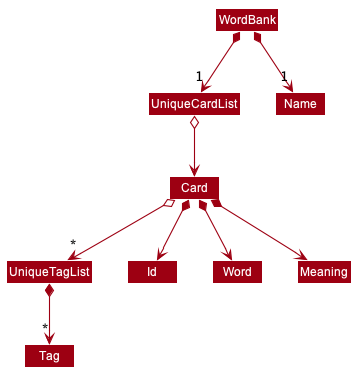
This is images/BetterModelClassDiagram.png from AY1920S1-CS2103T-T11-2/main, a PlantUML export, as it was before one commit.
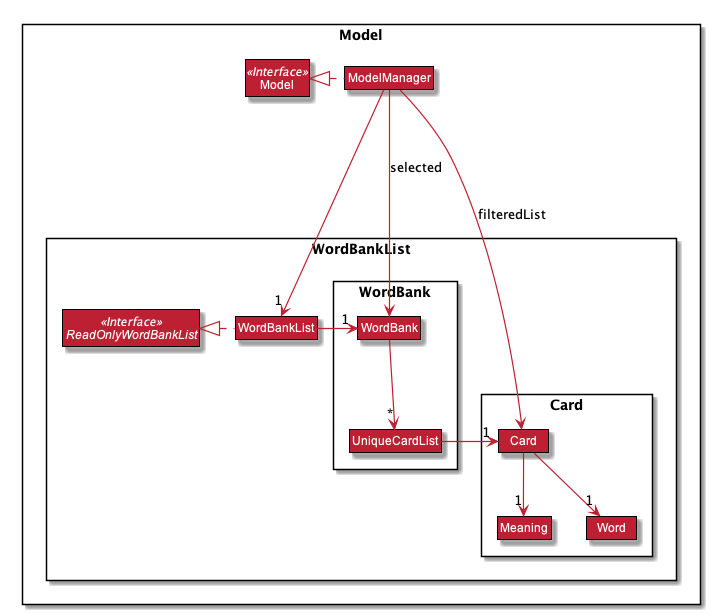
The same diagram one commit later.

Change to the diagram source:
```diff
@@ -1,4 +1,6 @@
 @startuml
+
+
 
 
 
@@ -15,9 +17,10 @@
 skinparam Class {
     FontColor #FFFFFF
     BorderThickness 1
-    BorderColor #FFFFFF
+    BorderColor #000000
     StereotypeFontColor #FFFFFF
     FontName Arial
+    AttributeFontColor #FFFFFF
 }
 
 skinparam Actor {
@@ -41,25 +44,52 @@
 
 skinparam MinClassWidth 50
 skinparam ParticipantPadding 10
-skinparam Shadowing false
+skinparam Shadowing true
 skinparam DefaultTextAlignment center
 skinparam packageStyle Rectangle
+skinparam classAttributeIconSize 0
 
 hide footbox
 hide members
 hide circle
-skinparam arrowThickness 1.1
-skinparam arrowColor #9D0012
-skinparam classBackgroundColor #9D0012
+hide empty members
+skinparam arrowThickness 1.2
+skinparam arrowColor #BD2032
+skinparam classBackgroundColor #BD2032
 
-WordBank *-down-> "1" UniqueCardList
-WordBank *-down-> "1" Name
-UniqueTagList *-down-> "*" Tag
-UniqueCardList o-down-> Card
+Package Model <<Rectangle>>{
+Interface Model <<Interface>>
+Class WordBankList
+Class Model
+Class ModelManager
 
-Card o-down-> "*" UniqueTagList
+Package WordBankList {
+Interface ReadOnlyWordBankList <<Interface>>
+Class WordBankList
+Package WordBank {
+Class WordBank
+Class UniqueCardList
+}
 
-Card *--> Id
-Card *--> Word
-Card *--> Meaning
+Package Card {
+Class Card
+Class Meaning
+Class Word
+}
+}
+
+WordBankList .left.|> ReadOnlyWordBankList
+
+ModelManager .left.|> Model
+ModelManager -down--> "1" WordBankList
+
+WordBankList -right-> "1" WordBank
+WordBank --> "*" UniqueCardList
+UniqueCardList -right-> "1" Card
+Card --> "1" Word
+Card --> "1" Meaning
+
+ModelManager --> WordBank : selected
+ModelManager --> Card : filteredList
+
 @enduml
```
